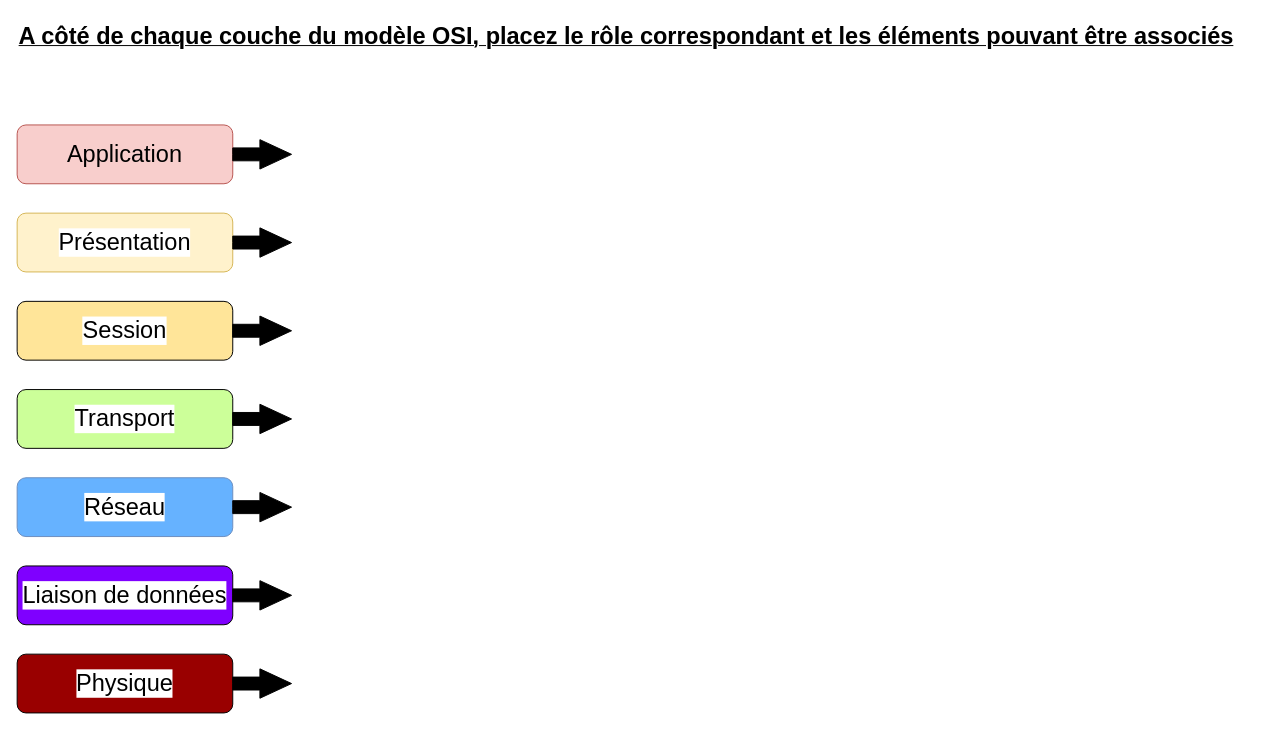
Emusimbwa/Etsha-Musimbwa keeps this draw.io diagram as Templates_iso.drawio. Above is the earlier version. Source tidied: cells renumbered, new cells numbered last; positions are measured from the earlier drawing's top-left corner, leaving out a move shared by most shapes. Both pictures are drawn from the tidied source at 98%, with x=0, y=0 at pixel (17, 17). Pictures stored in the file or linked from it are replaced by grey dashed boxes.
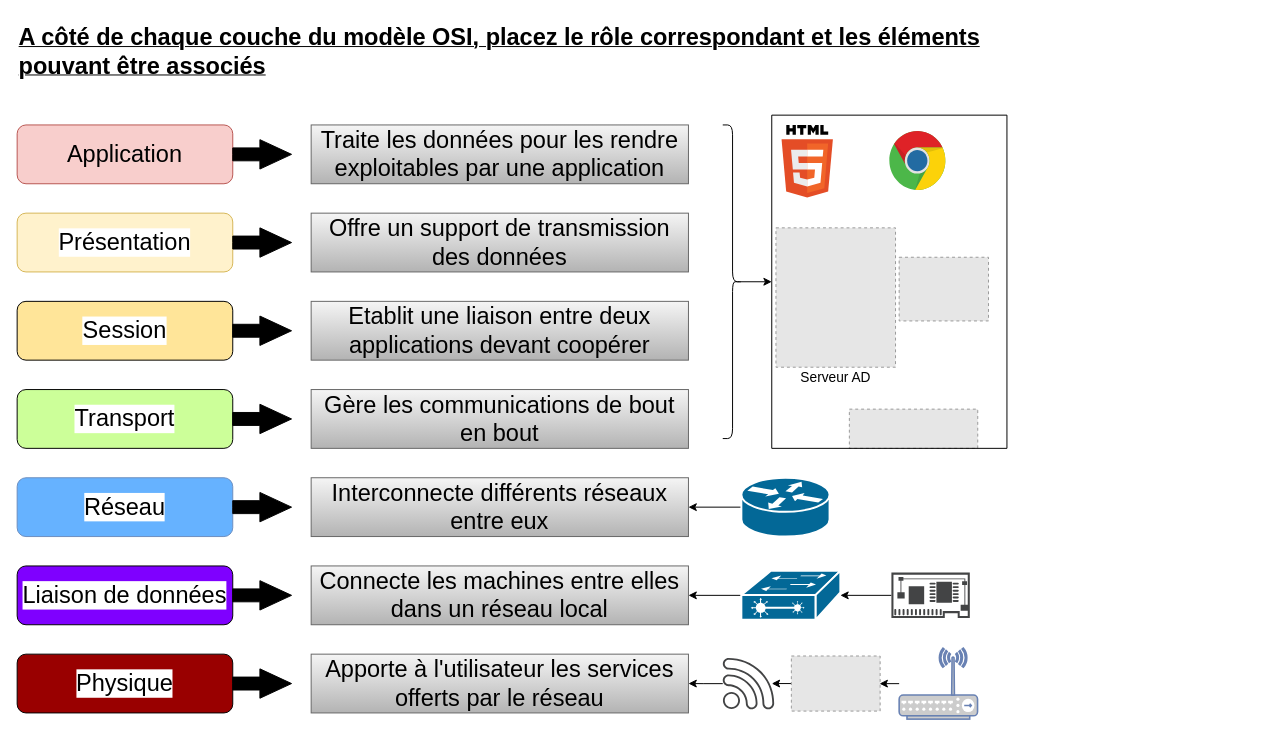
The same diagram, later.

Commit message:
Mettre à jour Templates_iso.drawio

The edit, as a diff of the source:
```diff
@@
-    <mxCell id="2" value="&lt;b&gt;&lt;u style=&quot;&quot;&gt;&lt;font style=&quot;font-size: 24px;&quot;&gt;A côté de chaque couche du modèle OSI, placez le rôle correspondant et les éléments pouvant être associés&lt;/font&gt;&lt;/u&gt;&lt;/b&gt;" style="text;html=1;align=left;verticalAlign=middle;strokeColor=none;fillColor=none;fontSize=16;" parent="1" vertex="1">
-      <mxGeometry width="1260" height="40" as="geometry" />
+    <mxCell id="2" value="&lt;b&gt;&lt;u style=&quot;&quot;&gt;&lt;font style=&quot;font-size: 24px;&quot;&gt;A côté de chaque couche du modèle OSI, placez le rôle correspondant et les éléments &lt;br&gt;pouvant être associés&lt;/font&gt;&lt;/u&gt;&lt;/b&gt;" style="text;html=1;align=left;verticalAlign=middle;strokeColor=none;fillColor=none;fontSize=16;" parent="1" vertex="1">
+      <mxGeometry width="1000" height="70" as="geometry" />
     </mxCell>
@@
+    <mxCell id="17" value="Connecte les machines entre elles dans un réseau local" style="whiteSpace=wrap;html=1;labelBackgroundColor=none;strokeColor=#666666;fontSize=24;fillColor=#f5f5f5;gradientColor=#b3b3b3;" parent="1" vertex="1">
+      <mxGeometry x="300" y="560" width="385" height="60" as="geometry" />
+    </mxCell>
+    <mxCell id="18" value="Apporte à l'utilisateur les services offerts par le réseau" style="whiteSpace=wrap;html=1;labelBackgroundColor=none;strokeColor=#666666;fontSize=24;fillColor=#f5f5f5;gradientColor=#b3b3b3;" parent="1" vertex="1">
+      <mxGeometry x="300" y="650" width="385" height="60" as="geometry" />
+    </mxCell>
+    <mxCell id="19" value="Interconnecte différents réseaux entre eux" style="whiteSpace=wrap;html=1;labelBackgroundColor=none;strokeColor=#666666;fontSize=24;fillColor=#f5f5f5;gradientColor=#b3b3b3;" parent="1" vertex="1">
+      <mxGeometry x="300" y="470" width="385" height="60" as="geometry" />
+    </mxCell>
+    <mxCell id="20" value="Gère les communications de bout en bout" style="whiteSpace=wrap;html=1;labelBackgroundColor=none;strokeColor=#666666;fontSize=24;fillColor=#f5f5f5;gradientColor=#b3b3b3;" parent="1" vertex="1">
+      <mxGeometry x="300" y="380" width="385" height="60" as="geometry" />
+    </mxCell>
+    <mxCell id="21" value="Etablit une liaison entre deux applications devant coopérer" style="whiteSpace=wrap;html=1;labelBackgroundColor=none;strokeColor=#666666;fontSize=24;fillColor=#f5f5f5;gradientColor=#b3b3b3;" parent="1" vertex="1">
+      <mxGeometry x="300" y="290" width="385" height="60" as="geometry" />
+    </mxCell>
+    <mxCell id="22" value="Offre un support de transmission des données" style="whiteSpace=wrap;html=1;labelBackgroundColor=none;strokeColor=#666666;fontSize=24;fillColor=#f5f5f5;gradientColor=#b3b3b3;" parent="1" vertex="1">
+      <mxGeometry x="300" y="200" width="385" height="60" as="geometry" />
+    </mxCell>
+    <mxCell id="23" value="Traite les données pour les rendre exploitables par une application" style="whiteSpace=wrap;html=1;labelBackgroundColor=none;strokeColor=#666666;fontSize=24;fillColor=#f5f5f5;gradientColor=#b3b3b3;" parent="1" vertex="1">
+      <mxGeometry x="300" y="110" width="385" height="60" as="geometry" />
+    </mxCell>
+    <mxCell id="24" style="edgeStyle=orthogonalEdgeStyle;rounded=0;jettySize=auto;html=1;fontSize=24;fontColor=#000000;" parent="1" edge="1" source="25" target="19">
+      <mxGeometry relative="1" as="geometry" />
+    </mxCell>
+    <mxCell id="25" style="shape=mxgraph.cisco.routers.router;sketch=0;html=1;dashed=0;fillColor=#036897;strokeColor=#ffffff;strokeWidth=2;verticalLabelPosition=bottom;verticalAlign=top;align=center;outlineConnect=0;labelBackgroundColor=none;fontSize=24;fontColor=#000000;" parent="1" vertex="1">
+      <mxGeometry x="739" y="470" width="90" height="60" as="geometry" />
+    </mxCell>
+    <mxCell id="26" style="edgeStyle=orthogonalEdgeStyle;rounded=0;jettySize=auto;html=1;fontSize=24;fontColor=#000000;" parent="1" edge="1" source="27" target="17">
+      <mxGeometry relative="1" as="geometry" />
+    </mxCell>
+    <mxCell id="27" style="shape=mxgraph.cisco.switches.layer_2_remote_switch;sketch=0;html=1;dashed=0;fillColor=#036897;strokeColor=#ffffff;strokeWidth=2;verticalLabelPosition=bottom;verticalAlign=top;align=center;outlineConnect=0;labelBackgroundColor=none;fontSize=24;fontColor=#000000;" parent="1" vertex="1">
+      <mxGeometry x="739" y="565" width="101" height="50" as="geometry" />
+    </mxCell>
+    <mxCell id="28" style="edgeStyle=orthogonalEdgeStyle;rounded=0;jettySize=auto;html=1;fontSize=24;fontColor=#000000;" parent="1" edge="1" source="29" target="27">
+      <mxGeometry relative="1" as="geometry" />
+    </mxCell>
+    <mxCell id="29" style="sketch=0;shadow=0;dashed=0;html=1;strokeColor=none;fillColor=#434445;labelPosition=center;verticalLabelPosition=bottom;verticalAlign=top;align=center;outlineConnect=0;shape=mxgraph.vvd.physical_network_adapter;labelBackgroundColor=none;fontSize=24;fontColor=#000000;" parent="1" vertex="1">
+      <mxGeometry x="892.1" y="566.8" width="80" height="46.4" as="geometry" />
+    </mxCell>
+    <mxCell id="30" style="edgeStyle=orthogonalEdgeStyle;rounded=0;jettySize=auto;html=1;fontSize=24;fontColor=#000000;" parent="1" edge="1" source="31" target="18">
+      <mxGeometry relative="1" as="geometry" />
+    </mxCell>
+    <mxCell id="31" style="sketch=0;shadow=0;dashed=0;html=1;strokeColor=none;fillColor=#434445;labelPosition=center;verticalLabelPosition=bottom;verticalAlign=top;align=center;outlineConnect=0;shape=mxgraph.vvd.wi_fi;labelBackgroundColor=none;fontSize=24;fontColor=#000000;" parent="1" vertex="1">
+      <mxGeometry x="720" y="653.8" width="52.5" height="52.5" as="geometry" />
+    </mxCell>
+    <mxCell id="32" style="edgeStyle=orthogonalEdgeStyle;rounded=0;jettySize=auto;html=1;fontSize=24;fontColor=#000000;" parent="1" edge="1" source="33" target="31">
+      <mxGeometry relative="1" as="geometry" />
+    </mxCell>
+    <mxCell id="33" style="fillColor=#E6E6E6;strokeColor=#999999;dashed=1;verticalLabelPosition=bottom;verticalAlign=top;labelBackgroundColor=none;fontSize=24;fontColor=#000000;" parent="1" vertex="1">
+      <mxGeometry x="790" y="651.9" width="90.6" height="56.2" as="geometry" />
+    </mxCell>
+    <mxCell id="34" style="edgeStyle=orthogonalEdgeStyle;rounded=0;jettySize=auto;html=1;fontSize=24;fontColor=#000000;" parent="1" edge="1" source="35" target="33">
+      <mxGeometry relative="1" as="geometry" />
+    </mxCell>
+    <mxCell id="35" style="fontColor=#0066CC;verticalAlign=top;verticalLabelPosition=bottom;labelPosition=center;align=center;html=1;outlineConnect=0;fillColor=#CCCCCC;strokeColor=#6881B3;gradientColor=none;gradientDirection=north;strokeWidth=2;shape=mxgraph.networks.wireless_hub;labelBackgroundColor=none;fontSize=24;" parent="1" vertex="1">
+      <mxGeometry x="900" y="643.8" width="80" height="72.5" as="geometry" />
+    </mxCell>
+    <mxCell id="36" style="edgeStyle=orthogonalEdgeStyle;rounded=0;jettySize=auto;html=1;exitX=0.1;exitY=0.5;exitDx=0;exitDy=0;exitPerimeter=0;fontSize=24;fontColor=#000000;entryX=0;entryY=0.5;entryDx=0;entryDy=0;" parent="1" edge="1" source="37" target="40">
+      <mxGeometry relative="1" as="geometry" />
+    </mxCell>
+    <mxCell id="37" style="shape=curlyBracket;whiteSpace=wrap;html=1;rounded=1;flipH=1;labelPosition=right;verticalLabelPosition=middle;align=left;verticalAlign=middle;labelBackgroundColor=none;strokeColor=default;fontSize=24;fontColor=#000000;fillColor=#990000;" parent="1" vertex="1">
+      <mxGeometry x="720" y="110" width="20" height="320" as="geometry" />
+    </mxCell>
+    <mxCell id="38" style="dashed=0;html=1;align=center;labelPosition=center;verticalLabelPosition=bottom;verticalAlign=top;shape=mxgraph.weblogos.html5;labelBackgroundColor=none;strokeColor=default;fontSize=24;fontColor=#000000;fillColor=#990000;" parent="1" vertex="1">
+      <mxGeometry x="780" y="110" width="52.4" height="74" as="geometry" />
+    </mxCell>
+    <mxCell id="39" style="fillColor=#E6E6E6;strokeColor=#999999;dashed=1;verticalLabelPosition=bottom;verticalAlign=top;labelBackgroundColor=none;fontSize=24;fontColor=#000000;" parent="1" vertex="1">
+      <mxGeometry x="849.2" y="400" width="131" height="40" as="geometry" />
+    </mxCell>
+    <mxCell id="40" style="swimlane;startSize=0;labelBackgroundColor=none;strokeColor=default;fontSize=14;fontColor=#000000;fillColor=#990000;" parent="1" vertex="1">
+      <mxGeometry x="770" y="100" width="240" height="340" as="geometry" />
+    </mxCell>
+    <mxCell id="41" style="fillColor=#E6E6E6;strokeColor=#999999;dashed=1;verticalLabelPosition=bottom;verticalAlign=top;labelBackgroundColor=none;fontSize=24;fontColor=#000000;" parent="40" vertex="1">
+      <mxGeometry x="130" y="145" width="91.2" height="65" as="geometry" />
+    </mxCell>
+    <mxCell id="42" style="fillColor=#E6E6E6;strokeColor=#999999;dashed=1;verticalLabelPosition=bottom;verticalAlign=top;labelBackgroundColor=none;fontSize=24;fontColor=#000000;" parent="40" vertex="1">
+      <mxGeometry x="4.3" y="115" width="122" height="142.2" as="geometry" />
+    </mxCell>
+    <mxCell id="43" value="&lt;font style=&quot;font-size: 14px;&quot;&gt;Serveur AD&lt;/font&gt;" style="text;strokeColor=none;align=center;fillColor=none;html=1;verticalAlign=middle;whiteSpace=wrap;rounded=0;fontSize=24;fontColor=#000000;" parent="40" vertex="1">
+      <mxGeometry x="26.9" y="250" width="76.7" height="30" as="geometry" />
+    </mxCell>
+    <mxCell id="44" style="dashed=0;html=1;align=center;labelPosition=center;verticalLabelPosition=bottom;verticalAlign=top;shape=mxgraph.weblogos.chrome;labelBackgroundColor=none;strokeColor=default;fontSize=24;fontColor=#000000;fillColor=#990000;" parent="40" vertex="1">
+      <mxGeometry x="120" y="16.3" width="57.9" height="61.4" as="geometry" />
+    </mxCell>
```
